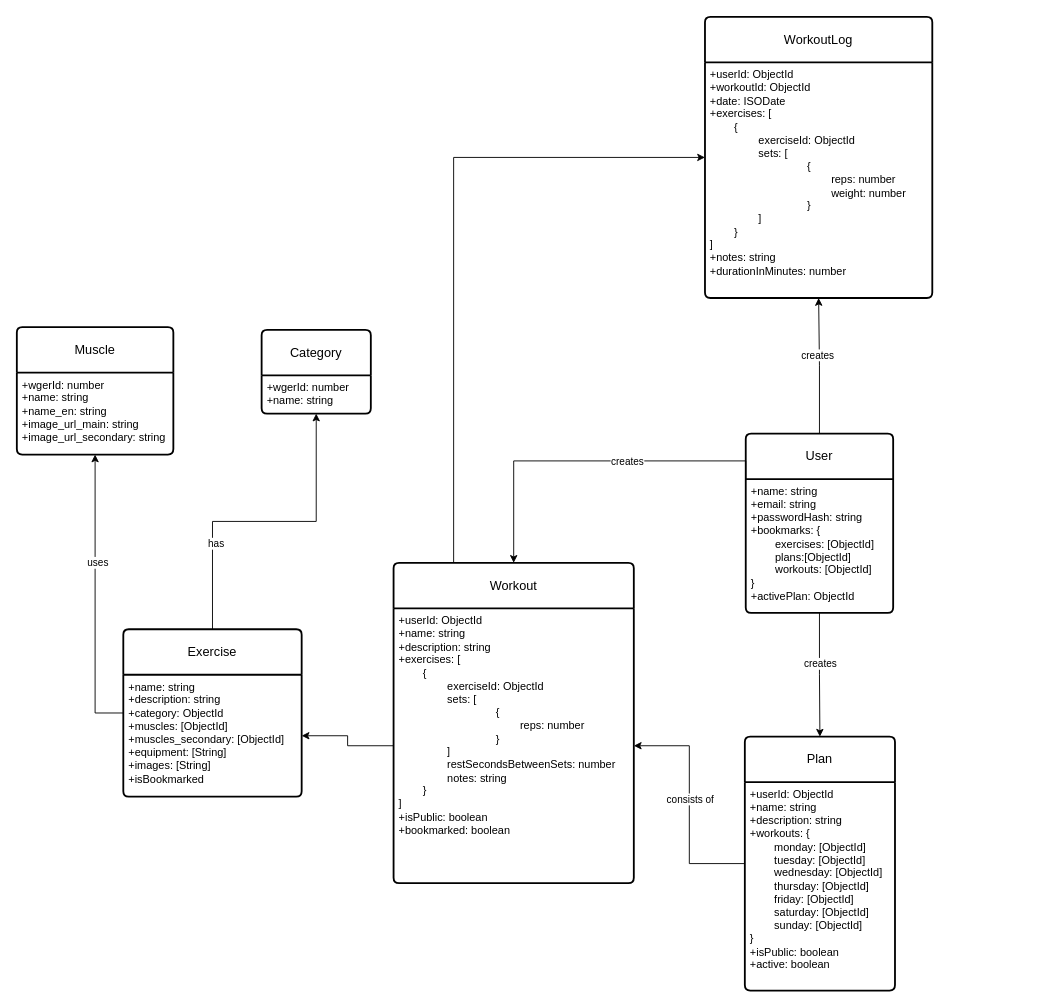
Above: WorkoutTracker.drawio in GitteV-2159432/BackendProjectAssignment (draw.io), before the change. Source tidied: cells renumbered, new cells numbered last; positions are measured from the earlier drawing's top-left corner, leaving out a move shared by most shapes. Both pictures are drawn from the tidied source at 91%, with x=0, y=0 at pixel (16, 16).
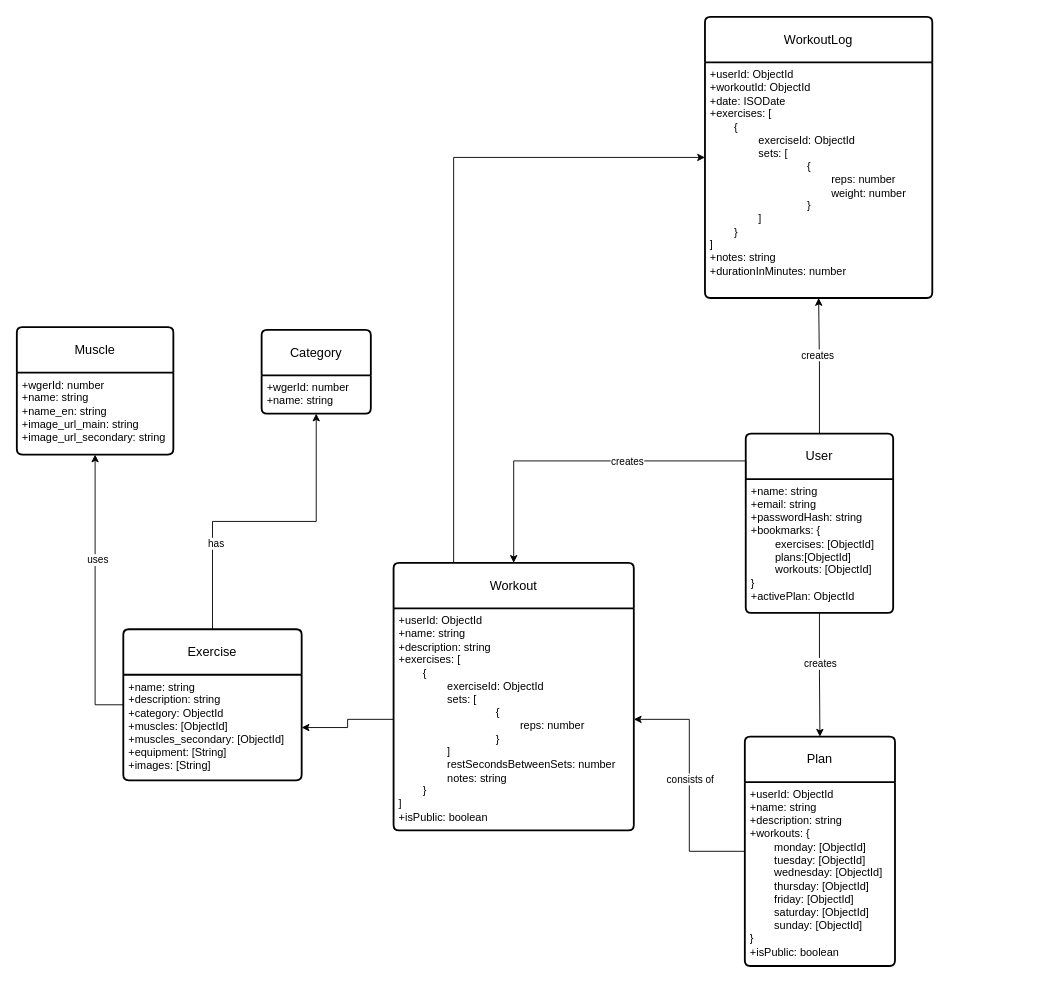
The same diagram, later.

Change to the diagram source:
```diff
@@
     <mxCell id="8" value="Plan" style="swimlane;horizontal=1;startSize=50;rounded=1;fontSize=14;fontStyle=0;strokeWidth=2;shadow=0;dashed=0;align=center;arcSize=4;whiteSpace=wrap;html=1;" parent="1" vertex="1">
-      <mxGeometry x="800" y="791" width="165" height="279" as="geometry" />
+      <mxGeometry x="800" y="791" width="165" height="252" as="geometry" />
     </mxCell>
-    <mxCell id="9" value="+userId: ObjectId&lt;br&gt;+name: string&amp;nbsp;&lt;div&gt;+description: string&lt;br&gt;&lt;div&gt;+workouts: {&lt;/div&gt;&lt;div&gt;&lt;span style=&quot;white-space: pre;&quot;&gt;&#9;&lt;/span&gt;monday: [ObjectId]&lt;br&gt;&lt;/div&gt;&lt;div&gt;&lt;span style=&quot;white-space: pre;&quot;&gt;&#9;&lt;/span&gt;tuesday: [ObjectId]&lt;br&gt;&lt;/div&gt;&lt;div&gt;&lt;span style=&quot;white-space: pre;&quot;&gt;&#9;&lt;/span&gt;wednesday: [ObjectId]&lt;br&gt;&lt;/div&gt;&lt;div&gt;&lt;span style=&quot;white-space: pre;&quot;&gt;&#9;&lt;/span&gt;thursday: [ObjectId]&lt;br&gt;&lt;/div&gt;&lt;div&gt;&lt;span style=&quot;white-space: pre;&quot;&gt;&#9;&lt;/span&gt;friday: [ObjectId]&lt;br&gt;&lt;/div&gt;&lt;div&gt;&lt;span style=&quot;white-space: pre;&quot;&gt;&#9;&lt;/span&gt;saturday: [ObjectId]&lt;br&gt;&lt;/div&gt;&lt;div&gt;&lt;span style=&quot;white-space: pre;&quot;&gt;&#9;&lt;/span&gt;sunday: [ObjectId]&lt;br&gt;&lt;/div&gt;&lt;div&gt;}&lt;/div&gt;&lt;div&gt;+isPublic: boolean&lt;/div&gt;&lt;/div&gt;&lt;div&gt;+active: boolean&lt;/div&gt;" style="align=left;strokeColor=none;fillColor=none;spacingLeft=4;fontSize=12;verticalAlign=top;html=1;" parent="8" vertex="1">
-      <mxGeometry y="50" width="165" height="229" as="geometry" />
+    <mxCell id="9" value="+userId: ObjectId&lt;br&gt;+name: string&amp;nbsp;&lt;div&gt;+description: string&lt;br&gt;&lt;div&gt;+workouts: {&lt;/div&gt;&lt;div&gt;&lt;span style=&quot;white-space: pre;&quot;&gt;&#9;&lt;/span&gt;monday: [ObjectId]&lt;br&gt;&lt;/div&gt;&lt;div&gt;&lt;span style=&quot;white-space: pre;&quot;&gt;&#9;&lt;/span&gt;tuesday: [ObjectId]&lt;br&gt;&lt;/div&gt;&lt;div&gt;&lt;span style=&quot;white-space: pre;&quot;&gt;&#9;&lt;/span&gt;wednesday: [ObjectId]&lt;br&gt;&lt;/div&gt;&lt;div&gt;&lt;span style=&quot;white-space: pre;&quot;&gt;&#9;&lt;/span&gt;thursday: [ObjectId]&lt;br&gt;&lt;/div&gt;&lt;div&gt;&lt;span style=&quot;white-space: pre;&quot;&gt;&#9;&lt;/span&gt;friday: [ObjectId]&lt;br&gt;&lt;/div&gt;&lt;div&gt;&lt;span style=&quot;white-space: pre;&quot;&gt;&#9;&lt;/span&gt;saturday: [ObjectId]&lt;br&gt;&lt;/div&gt;&lt;div&gt;&lt;span style=&quot;white-space: pre;&quot;&gt;&#9;&lt;/span&gt;sunday: [ObjectId]&lt;br&gt;&lt;/div&gt;&lt;div&gt;}&lt;/div&gt;&lt;div&gt;+isPublic: boolean&lt;/div&gt;&lt;/div&gt;" style="align=left;strokeColor=none;fillColor=none;spacingLeft=4;fontSize=12;verticalAlign=top;html=1;" parent="8" vertex="1">
+      <mxGeometry y="50" width="165" height="202" as="geometry" />
     </mxCell>
@@
     <mxCell id="11" value="Workout" style="swimlane;horizontal=1;startSize=50;rounded=1;fontSize=14;fontStyle=0;strokeWidth=2;shadow=0;dashed=0;align=center;arcSize=4;whiteSpace=wrap;html=1;" parent="1" vertex="1">
-      <mxGeometry x="414" y="600" width="264" height="352" as="geometry" />
+      <mxGeometry x="414" y="600" width="264" height="294" as="geometry" />
     </mxCell>
-    <mxCell id="12" value="+userId: ObjectId&lt;br&gt;+name: string&lt;br&gt;+description: string&lt;div&gt;+exercises: [&lt;/div&gt;&lt;div&gt;&lt;span style=&quot;white-space: pre;&quot;&gt;&#9;&lt;/span&gt;{&lt;/div&gt;&lt;div&gt;&lt;span style=&quot;white-space: pre;&quot;&gt;&#9;&lt;/span&gt;&lt;span style=&quot;white-space: pre;&quot;&gt;&#9;&lt;/span&gt;exerciseId: ObjectId&lt;br&gt;&lt;/div&gt;&lt;div&gt;&lt;span style=&quot;white-space: pre;&quot;&gt;&#9;&lt;/span&gt;&lt;span style=&quot;white-space: pre;&quot;&gt;&#9;&lt;/span&gt;sets: [&lt;span style=&quot;white-space: pre;&quot;&gt;&#9;&lt;/span&gt;&lt;/div&gt;&lt;div&gt;&lt;span style=&quot;white-space: pre;&quot;&gt;&#9;&lt;/span&gt;&lt;span style=&quot;white-space: pre;&quot;&gt;&#9;&lt;/span&gt;&lt;span style=&quot;white-space: pre;&quot;&gt;&#9;&lt;/span&gt;&lt;span style=&quot;white-space: pre;&quot;&gt;&#9;&lt;/span&gt;{&lt;br&gt;&lt;/div&gt;&lt;div&gt;&lt;span style=&quot;background-color: transparent; color: light-dark(rgb(0, 0, 0), rgb(255, 255, 255));&quot;&gt;&lt;span style=&quot;white-space: pre;&quot;&gt;&#9;&lt;/span&gt;&lt;span style=&quot;white-space: pre;&quot;&gt;&#9;&lt;/span&gt;&lt;span style=&quot;white-space: pre;&quot;&gt;&#9;&lt;/span&gt;&lt;span style=&quot;white-space: pre;&quot;&gt;&#9;&lt;span style=&quot;white-space: pre;&quot;&gt;&#9;&lt;/span&gt;&lt;/span&gt;reps: number&lt;/span&gt;&lt;/div&gt;&lt;div&gt;&lt;span style=&quot;white-space: pre;&quot;&gt;&#9;&lt;/span&gt;&lt;span style=&quot;white-space: pre;&quot;&gt;&#9;&lt;/span&gt;&lt;span style=&quot;white-space: pre;&quot;&gt;&#9;&lt;/span&gt;&lt;span style=&quot;white-space: pre;&quot;&gt;&#9;&lt;/span&gt;}&lt;br&gt;&lt;/div&gt;&lt;div&gt;&lt;span style=&quot;white-space: pre;&quot;&gt;&#9;&lt;/span&gt;&lt;span style=&quot;white-space: pre;&quot;&gt;&#9;&lt;/span&gt;]&lt;br&gt;&lt;/div&gt;&lt;div&gt;&lt;span style=&quot;white-space: pre;&quot;&gt;&#9;&lt;/span&gt;&lt;span style=&quot;white-space: pre;&quot;&gt;&#9;&lt;/span&gt;&lt;span style=&quot;background-color: transparent; color: light-dark(rgb(0, 0, 0), rgb(255, 255, 255));&quot;&gt;restSecondsBetweenSets: number&lt;/span&gt;&lt;br&gt;&lt;/div&gt;&lt;div&gt;&lt;span style=&quot;white-space: pre;&quot;&gt;&#9;&lt;/span&gt;&lt;span style=&quot;white-space: pre;&quot;&gt;&#9;&lt;/span&gt;notes: string&lt;br&gt;&lt;/div&gt;&lt;div&gt;&lt;span style=&quot;white-space: pre;&quot;&gt;&#9;&lt;/span&gt;}&lt;br&gt;&lt;/div&gt;&lt;div&gt;]&lt;/div&gt;&lt;div&gt;+isPublic: boolean&lt;/div&gt;&lt;div&gt;+bookmarked: boolean&lt;/div&gt;" style="align=left;strokeColor=none;fillColor=none;spacingLeft=4;fontSize=12;verticalAlign=top;html=1;" parent="11" vertex="1">
-      <mxGeometry y="50" width="264" height="302" as="geometry" />
+    <mxCell id="12" value="+userId: ObjectId&lt;br&gt;+name: string&lt;br&gt;+description: string&lt;div&gt;+exercises: [&lt;/div&gt;&lt;div&gt;&lt;span style=&quot;white-space: pre;&quot;&gt;&#9;&lt;/span&gt;{&lt;/div&gt;&lt;div&gt;&lt;span style=&quot;white-space: pre;&quot;&gt;&#9;&lt;/span&gt;&lt;span style=&quot;white-space: pre;&quot;&gt;&#9;&lt;/span&gt;exerciseId: ObjectId&lt;br&gt;&lt;/div&gt;&lt;div&gt;&lt;span style=&quot;white-space: pre;&quot;&gt;&#9;&lt;/span&gt;&lt;span style=&quot;white-space: pre;&quot;&gt;&#9;&lt;/span&gt;sets: [&lt;span style=&quot;white-space: pre;&quot;&gt;&#9;&lt;/span&gt;&lt;/div&gt;&lt;div&gt;&lt;span style=&quot;white-space: pre;&quot;&gt;&#9;&lt;/span&gt;&lt;span style=&quot;white-space: pre;&quot;&gt;&#9;&lt;/span&gt;&lt;span style=&quot;white-space: pre;&quot;&gt;&#9;&lt;/span&gt;&lt;span style=&quot;white-space: pre;&quot;&gt;&#9;&lt;/span&gt;{&lt;br&gt;&lt;/div&gt;&lt;div&gt;&lt;span style=&quot;background-color: transparent; color: light-dark(rgb(0, 0, 0), rgb(255, 255, 255));&quot;&gt;&lt;span style=&quot;white-space: pre;&quot;&gt;&#9;&lt;/span&gt;&lt;span style=&quot;white-space: pre;&quot;&gt;&#9;&lt;/span&gt;&lt;span style=&quot;white-space: pre;&quot;&gt;&#9;&lt;/span&gt;&lt;span style=&quot;white-space: pre;&quot;&gt;&#9;&lt;span style=&quot;white-space: pre;&quot;&gt;&#9;&lt;/span&gt;&lt;/span&gt;reps: number&lt;/span&gt;&lt;/div&gt;&lt;div&gt;&lt;span style=&quot;white-space: pre;&quot;&gt;&#9;&lt;/span&gt;&lt;span style=&quot;white-space: pre;&quot;&gt;&#9;&lt;/span&gt;&lt;span style=&quot;white-space: pre;&quot;&gt;&#9;&lt;/span&gt;&lt;span style=&quot;white-space: pre;&quot;&gt;&#9;&lt;/span&gt;}&lt;br&gt;&lt;/div&gt;&lt;div&gt;&lt;span style=&quot;white-space: pre;&quot;&gt;&#9;&lt;/span&gt;&lt;span style=&quot;white-space: pre;&quot;&gt;&#9;&lt;/span&gt;]&lt;br&gt;&lt;/div&gt;&lt;div&gt;&lt;span style=&quot;white-space: pre;&quot;&gt;&#9;&lt;/span&gt;&lt;span style=&quot;white-space: pre;&quot;&gt;&#9;&lt;/span&gt;&lt;span style=&quot;background-color: transparent; color: light-dark(rgb(0, 0, 0), rgb(255, 255, 255));&quot;&gt;restSecondsBetweenSets: number&lt;/span&gt;&lt;br&gt;&lt;/div&gt;&lt;div&gt;&lt;span style=&quot;white-space: pre;&quot;&gt;&#9;&lt;/span&gt;&lt;span style=&quot;white-space: pre;&quot;&gt;&#9;&lt;/span&gt;notes: string&lt;br&gt;&lt;/div&gt;&lt;div&gt;&lt;span style=&quot;white-space: pre;&quot;&gt;&#9;&lt;/span&gt;}&lt;br&gt;&lt;/div&gt;&lt;div&gt;]&lt;/div&gt;&lt;div&gt;+isPublic: boolean&lt;/div&gt;" style="align=left;strokeColor=none;fillColor=none;spacingLeft=4;fontSize=12;verticalAlign=top;html=1;" parent="11" vertex="1">
+      <mxGeometry y="50" width="264" height="244" as="geometry" />
     </mxCell>
@@
     <mxCell id="23" value="Exercise" style="swimlane;horizontal=1;startSize=50;rounded=1;fontSize=14;fontStyle=0;strokeWidth=2;shadow=0;dashed=0;align=center;arcSize=4;whiteSpace=wrap;html=1;" parent="1" vertex="1">
-      <mxGeometry x="117" y="673" width="196" height="184" as="geometry" />
+      <mxGeometry x="117" y="673" width="196" height="166" as="geometry" />
     </mxCell>
-    <mxCell id="24" value="+name: string&lt;br&gt;+description: string&lt;br&gt;&lt;div&gt;+category: ObjectId&lt;/div&gt;&lt;div&gt;+muscles: [ObjectId]&lt;/div&gt;&lt;div&gt;+muscles_secondary: [ObjectId]&lt;/div&gt;&lt;div&gt;+equipment: [String]&lt;/div&gt;&lt;div&gt;+images: [String]&lt;/div&gt;&lt;div&gt;+isBookmarked&lt;/div&gt;" style="align=left;strokeColor=none;fillColor=none;spacingLeft=4;fontSize=12;verticalAlign=top;html=1;" parent="23" vertex="1">
-      <mxGeometry y="50" width="196" height="134" as="geometry" />
+    <mxCell id="24" value="+name: string&lt;br&gt;+description: string&lt;br&gt;&lt;div&gt;+category: ObjectId&lt;/div&gt;&lt;div&gt;+muscles: [ObjectId]&lt;/div&gt;&lt;div&gt;+muscles_secondary: [ObjectId]&lt;/div&gt;&lt;div&gt;+equipment: [String]&lt;/div&gt;&lt;div&gt;+images: [String]&lt;/div&gt;" style="align=left;strokeColor=none;fillColor=none;spacingLeft=4;fontSize=12;verticalAlign=top;html=1;" parent="23" vertex="1">
+      <mxGeometry y="50" width="196" height="116" as="geometry" />
     </mxCell>
```
